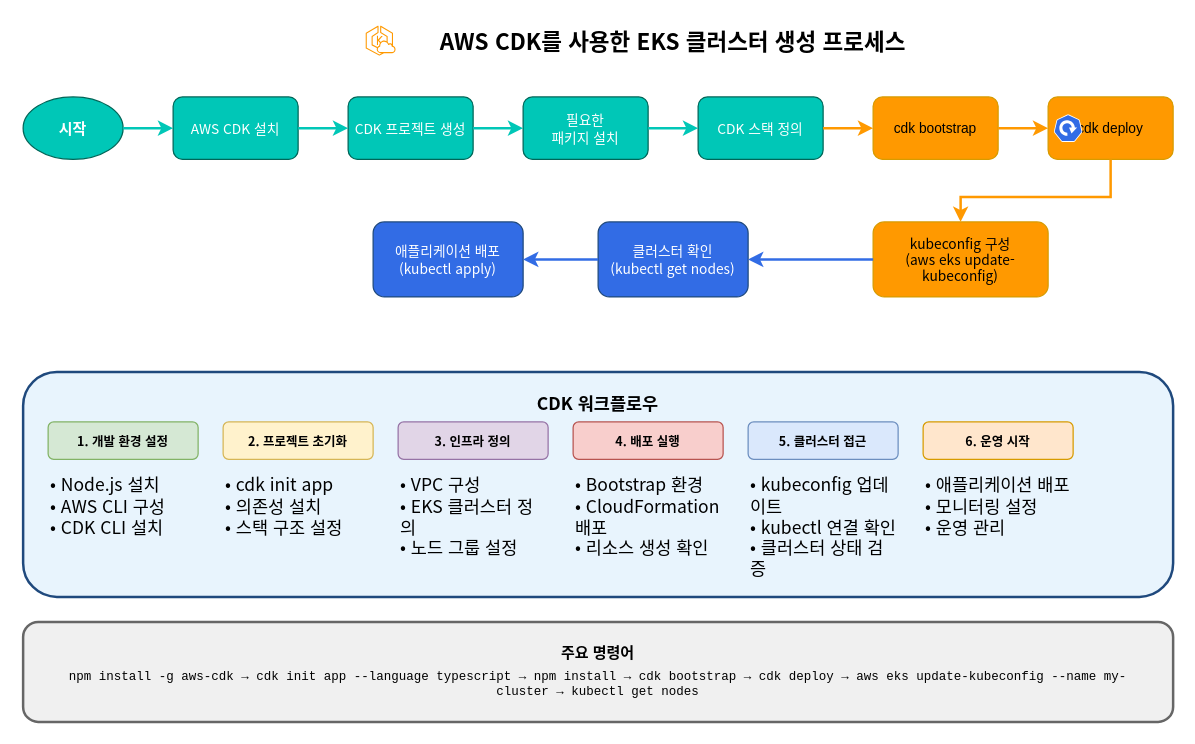
Before: ko/.gitbook/assets/cdk_eks_creation_process.drawio in Atom-oh/kubernetes-docs, a draw.io diagram. Source tidied: cells renumbered, new cells numbered last; positions are measured from the earlier drawing's top-left corner, leaving out a move shared by most shapes. Both pictures are drawn from the tidied source at 125%, with x=0, y=0 at pixel (22, 21).
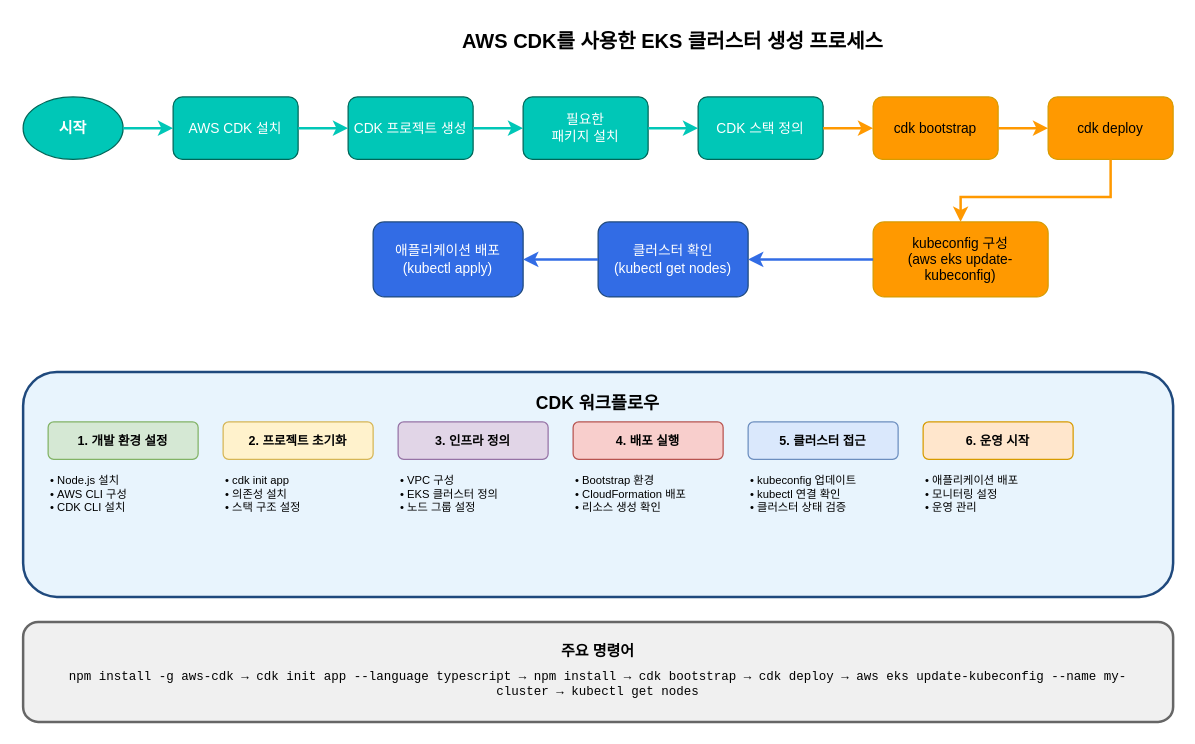
The same diagram, later.

What changed in the source:
```diff
@@
-    <mxCell id="2" value="AWS CDK를 사용한 EKS 클러스터 생성 프로세스" style="text;html=1;strokeColor=none;fillColor=none;align=center;verticalAlign=middle;whiteSpace=wrap;rounded=0;fontSize=18;fontStyle=1;fontFamily=Noto Sans CJK KR;" parent="1" vertex="1">
+    <mxCell id="2" value="AWS CDK를 사용한 EKS 클러스터 생성 프로세스" style="text;html=1;strokeColor=none;fillColor=none;align=center;verticalAlign=middle;whiteSpace=wrap;rounded=0;fontSize=16;fontStyle=1;" parent="1" vertex="1">
       <mxGeometry x="270" width="500" height="30" as="geometry" />
     </mxCell>
-    <mxCell id="3" value="시작" style="ellipse;whiteSpace=wrap;html=1;fillColor=#00C7B7;strokeColor=#006658;fontColor=white;fontSize=12;fontStyle=1;fontFamily=Noto Sans CJK KR;" parent="1" vertex="1">
+    <mxCell id="3" value="시작" style="ellipse;whiteSpace=wrap;html=1;fillColor=#00C7B7;strokeColor=#006658;fontColor=white;fontSize=12;fontStyle=1;" parent="1" vertex="1">
       <mxGeometry y="60" width="80" height="50" as="geometry" />
     </mxCell>
-    <mxCell id="4" value="AWS CDK 설치" style="rounded=1;whiteSpace=wrap;html=1;fillColor=#00C7B7;strokeColor=#006658;fontColor=white;fontSize=11;fontFamily=Noto Sans CJK KR;" parent="1" vertex="1">
+    <mxCell id="4" value="AWS CDK 설치" style="rounded=1;whiteSpace=wrap;html=1;fillColor=#00C7B7;strokeColor=#006658;fontColor=white;fontSize=11;" parent="1" vertex="1">
       <mxGeometry x="120" y="60" width="100" height="50" as="geometry" />
     </mxCell>
-    <mxCell id="5" value="CDK 프로젝트 생성" style="rounded=1;whiteSpace=wrap;html=1;fillColor=#00C7B7;strokeColor=#006658;fontColor=white;fontSize=11;fontFamily=Noto Sans CJK KR;" parent="1" vertex="1">
+    <mxCell id="5" value="CDK 프로젝트 생성" style="rounded=1;whiteSpace=wrap;html=1;fillColor=#00C7B7;strokeColor=#006658;fontColor=white;fontSize=11;" parent="1" vertex="1">
       <mxGeometry x="260" y="60" width="100" height="50" as="geometry" />
     </mxCell>
-    <mxCell id="6" value="필요한&#10;패키지 설치" style="rounded=1;whiteSpace=wrap;html=1;fillColor=#00C7B7;strokeColor=#006658;fontColor=white;fontSize=11;fontFamily=Noto Sans CJK KR;" parent="1" vertex="1">
+    <mxCell id="6" value="필요한&#10;패키지 설치" style="rounded=1;whiteSpace=wrap;html=1;fillColor=#00C7B7;strokeColor=#006658;fontColor=white;fontSize=11;" parent="1" vertex="1">
       <mxGeometry x="400" y="60" width="100" height="50" as="geometry" />
     </mxCell>
-    <mxCell id="7" value="CDK 스택 정의" style="rounded=1;whiteSpace=wrap;html=1;fillColor=#00C7B7;strokeColor=#006658;fontColor=white;fontSize=11;fontFamily=Noto Sans CJK KR;" parent="1" vertex="1">
+    <mxCell id="7" value="CDK 스택 정의" style="rounded=1;whiteSpace=wrap;html=1;fillColor=#00C7B7;strokeColor=#006658;fontColor=white;fontSize=11;" parent="1" vertex="1">
       <mxGeometry x="540" y="60" width="100" height="50" as="geometry" />
     </mxCell>
@@
-    <mxCell id="10" value="kubeconfig 구성&#10;(aws eks update-kubeconfig)" style="rounded=1;whiteSpace=wrap;html=1;fillColor=#FF9900;strokeColor=#D79B00;fontColor=black;fontSize=11;fontFamily=Noto Sans CJK KR;" parent="1" vertex="1">
+    <mxCell id="10" value="kubeconfig 구성&#10;(aws eks update-kubeconfig)" style="rounded=1;whiteSpace=wrap;html=1;fillColor=#FF9900;strokeColor=#D79B00;fontColor=black;fontSize=11;" parent="1" vertex="1">
       <mxGeometry x="680" y="160" width="140" height="60" as="geometry" />
     </mxCell>
-    <mxCell id="11" value="클러스터 확인&#10;(kubectl get nodes)" style="rounded=1;whiteSpace=wrap;html=1;fillColor=#326CE5;strokeColor=#1F497D;fontColor=white;fontSize=11;fontFamily=Noto Sans CJK KR;" parent="1" vertex="1">
+    <mxCell id="11" value="클러스터 확인&#10;(kubectl get nodes)" style="rounded=1;whiteSpace=wrap;html=1;fillColor=#326CE5;strokeColor=#1F497D;fontColor=white;fontSize=11;" parent="1" vertex="1">
       <mxGeometry x="460" y="160" width="120" height="60" as="geometry" />
     </mxCell>
-    <mxCell id="12" value="애플리케이션 배포&#10;(kubectl apply)" style="rounded=1;whiteSpace=wrap;html=1;fillColor=#326CE5;strokeColor=#1F497D;fontColor=white;fontSize=11;fontFamily=Noto Sans CJK KR;" parent="1" vertex="1">
+    <mxCell id="12" value="애플리케이션 배포&#10;(kubectl apply)" style="rounded=1;whiteSpace=wrap;html=1;fillColor=#326CE5;strokeColor=#1F497D;fontColor=white;fontSize=11;" parent="1" vertex="1">
       <mxGeometry x="280" y="160" width="120" height="60" as="geometry" />
     </mxCell>
-    <mxCell id="13" value="CDK 워크플로우" style="rounded=1;whiteSpace=wrap;html=1;fillColor=#E8F4FD;strokeColor=#1F497D;strokeWidth=2;fontSize=14;fontStyle=1;verticalAlign=top;spacingTop=10;fontFamily=Noto Sans CJK KR;" parent="1" vertex="1">
+    <mxCell id="13" value="CDK 워크플로우" style="rounded=1;whiteSpace=wrap;html=1;fillColor=#E8F4FD;strokeColor=#1F497D;strokeWidth=2;fontSize=14;fontStyle=1;verticalAlign=top;spacingTop=10;" parent="1" vertex="1">
       <mxGeometry y="280" width="920" height="180" as="geometry" />
     </mxCell>
-    <mxCell id="14" value="1. 개발 환경 설정" style="rounded=1;whiteSpace=wrap;html=1;fillColor=#D5E8D4;strokeColor=#82B366;fontSize=10;fontStyle=1;fontFamily=Noto Sans CJK KR;" parent="1" vertex="1">
+    <mxCell id="14" value="1. 개발 환경 설정" style="rounded=1;whiteSpace=wrap;html=1;fillColor=#D5E8D4;strokeColor=#82B366;fontSize=10;fontStyle=1;" parent="1" vertex="1">
       <mxGeometry x="20" y="320" width="120" height="30" as="geometry" />
     </mxCell>
-    <mxCell id="15" value="• Node.js 설치&#10;• AWS CLI 구성&#10;• CDK CLI 설치" style="text;html=1;strokeColor=none;fillColor=none;align=left;verticalAlign=top;whiteSpace=wrap;rounded=0;fontSize=14;strokeWidth=2;fontFamily=Noto Sans CJK KR;" parent="1" vertex="1">
+    <mxCell id="15" value="• Node.js 설치&#10;• AWS CLI 구성&#10;• CDK CLI 설치" style="text;html=1;strokeColor=none;fillColor=none;align=left;verticalAlign=top;whiteSpace=wrap;rounded=0;fontSize=9;" parent="1" vertex="1">
       <mxGeometry x="20" y="355" width="120" height="40" as="geometry" />
     </mxCell>
-    <mxCell id="16" value="2. 프로젝트 초기화" style="rounded=1;whiteSpace=wrap;html=1;fillColor=#FFF2CC;strokeColor=#D6B656;fontSize=10;fontStyle=1;fontFamily=Noto Sans CJK KR;" parent="1" vertex="1">
+    <mxCell id="16" value="2. 프로젝트 초기화" style="rounded=1;whiteSpace=wrap;html=1;fillColor=#FFF2CC;strokeColor=#D6B656;fontSize=10;fontStyle=1;" parent="1" vertex="1">
       <mxGeometry x="160" y="320" width="120" height="30" as="geometry" />
     </mxCell>
-    <mxCell id="17" value="• cdk init app&#10;• 의존성 설치&#10;• 스택 구조 설정" style="text;html=1;strokeColor=none;fillColor=none;align=left;verticalAlign=top;whiteSpace=wrap;rounded=0;fontSize=14;strokeWidth=2;fontFamily=Noto Sans CJK KR;" parent="1" vertex="1">
+    <mxCell id="17" value="• cdk init app&#10;• 의존성 설치&#10;• 스택 구조 설정" style="text;html=1;strokeColor=none;fillColor=none;align=left;verticalAlign=top;whiteSpace=wrap;rounded=0;fontSize=9;" parent="1" vertex="1">
       <mxGeometry x="160" y="355" width="120" height="40" as="geometry" />
     </mxCell>
-    <mxCell id="18" value="3. 인프라 정의" style="rounded=1;whiteSpace=wrap;html=1;fillColor=#E1D5E7;strokeColor=#9673A6;fontSize=10;fontStyle=1;fontFamily=Noto Sans CJK KR;" parent="1" vertex="1">
+    <mxCell id="18" value="3. 인프라 정의" style="rounded=1;whiteSpace=wrap;html=1;fillColor=#E1D5E7;strokeColor=#9673A6;fontSize=10;fontStyle=1;" parent="1" vertex="1">
       <mxGeometry x="300" y="320" width="120" height="30" as="geometry" />
     </mxCell>
-    <mxCell id="19" value="• VPC 구성&#10;• EKS 클러스터 정의&#10;• 노드 그룹 설정" style="text;html=1;strokeColor=none;fillColor=none;align=left;verticalAlign=top;whiteSpace=wrap;rounded=0;fontSize=14;strokeWidth=2;fontFamily=Noto Sans CJK KR;" parent="1" vertex="1">
+    <mxCell id="19" value="• VPC 구성&#10;• EKS 클러스터 정의&#10;• 노드 그룹 설정" style="text;html=1;strokeColor=none;fillColor=none;align=left;verticalAlign=top;whiteSpace=wrap;rounded=0;fontSize=9;" parent="1" vertex="1">
       <mxGeometry x="300" y="355" width="120" height="40" as="geometry" />
     </mxCell>
-    <mxCell id="20" value="4. 배포 실행" style="rounded=1;whiteSpace=wrap;html=1;fillColor=#F8CECC;strokeColor=#B85450;fontSize=10;fontStyle=1;fontFamily=Noto Sans CJK KR;" parent="1" vertex="1">
+    <mxCell id="20" value="4. 배포 실행" style="rounded=1;whiteSpace=wrap;html=1;fillColor=#F8CECC;strokeColor=#B85450;fontSize=10;fontStyle=1;" parent="1" vertex="1">
       <mxGeometry x="440" y="320" width="120" height="30" as="geometry" />
     </mxCell>
-    <mxCell id="21" value="• Bootstrap 환경&#10;• CloudFormation 배포&#10;• 리소스 생성 확인" style="text;html=1;strokeColor=none;fillColor=none;align=left;verticalAlign=top;whiteSpace=wrap;rounded=0;fontSize=14;strokeWidth=2;fontFamily=Noto Sans CJK KR;" parent="1" vertex="1">
+    <mxCell id="21" value="• Bootstrap 환경&#10;• CloudFormation 배포&#10;• 리소스 생성 확인" style="text;html=1;strokeColor=none;fillColor=none;align=left;verticalAlign=top;whiteSpace=wrap;rounded=0;fontSize=9;" parent="1" vertex="1">
       <mxGeometry x="440" y="355" width="120" height="40" as="geometry" />
     </mxCell>
-    <mxCell id="22" value="5. 클러스터 접근" style="rounded=1;whiteSpace=wrap;html=1;fillColor=#DAE8FC;strokeColor=#6C8EBF;fontSize=10;fontStyle=1;fontFamily=Noto Sans CJK KR;" parent="1" vertex="1">
+    <mxCell id="22" value="5. 클러스터 접근" style="rounded=1;whiteSpace=wrap;html=1;fillColor=#DAE8FC;strokeColor=#6C8EBF;fontSize=10;fontStyle=1;" parent="1" vertex="1">
       <mxGeometry x="580" y="320" width="120" height="30" as="geometry" />
     </mxCell>
-    <mxCell id="23" value="• kubeconfig 업데이트&#10;• kubectl 연결 확인&#10;• 클러스터 상태 검증" style="text;html=1;strokeColor=none;fillColor=none;align=left;verticalAlign=top;whiteSpace=wrap;rounded=0;fontSize=14;strokeWidth=2;fontFamily=Noto Sans CJK KR;" parent="1" vertex="1">
+    <mxCell id="23" value="• kubeconfig 업데이트&#10;• kubectl 연결 확인&#10;• 클러스터 상태 검증" style="text;html=1;strokeColor=none;fillColor=none;align=left;verticalAlign=top;whiteSpace=wrap;rounded=0;fontSize=9;" parent="1" vertex="1">
       <mxGeometry x="580" y="355" width="120" height="40" as="geometry" />
     </mxCell>
-    <mxCell id="24" value="6. 운영 시작" style="rounded=1;whiteSpace=wrap;html=1;fillColor=#FFE6CC;strokeColor=#D79B00;fontSize=10;fontStyle=1;fontFamily=Noto Sans CJK KR;" parent="1" vertex="1">
+    <mxCell id="24" value="6. 운영 시작" style="rounded=1;whiteSpace=wrap;html=1;fillColor=#FFE6CC;strokeColor=#D79B00;fontSize=10;fontStyle=1;" parent="1" vertex="1">
       <mxGeometry x="720" y="320" width="120" height="30" as="geometry" />
     </mxCell>
-    <mxCell id="25" value="• 애플리케이션 배포&#10;• 모니터링 설정&#10;• 운영 관리" style="text;html=1;strokeColor=none;fillColor=none;align=left;verticalAlign=top;whiteSpace=wrap;rounded=0;fontSize=14;strokeWidth=2;fontFamily=Noto Sans CJK KR;" parent="1" vertex="1">
+    <mxCell id="25" value="• 애플리케이션 배포&#10;• 모니터링 설정&#10;• 운영 관리" style="text;html=1;strokeColor=none;fillColor=none;align=left;verticalAlign=top;whiteSpace=wrap;rounded=0;fontSize=9;" parent="1" vertex="1">
       <mxGeometry x="720" y="355" width="120" height="40" as="geometry" />
     </mxCell>
-    <mxCell id="26" value="주요 명령어" style="rounded=1;whiteSpace=wrap;html=1;fillColor=#F0F0F0;strokeColor=#666666;strokeWidth=2;fontSize=12;fontStyle=1;verticalAlign=top;spacingTop=10;fontFamily=Noto Sans CJK KR;" parent="1" vertex="1">
+    <mxCell id="26" value="주요 명령어" style="rounded=1;whiteSpace=wrap;html=1;fillColor=#F0F0F0;strokeColor=#666666;strokeWidth=2;fontSize=12;fontStyle=1;verticalAlign=top;spacingTop=10;" parent="1" vertex="1">
       <mxGeometry y="480" width="920" height="80" as="geometry" />
     </mxCell>
@@
-    <mxCell id="37" style="sketch=0;fontColor=#232F3E;gradientColor=none;fillColor=#FF9900;strokeColor=none;dashed=0;verticalLabelPosition=middle;verticalAlign=middle;align=left;html=1;fontSize=0;fontStyle=0;shape=mxgraph.aws4.eks_cloud;" parent="1" vertex="1">
-      <mxGeometry x="274" y="3" width="24" height="24" as="geometry" />
-    </mxCell>
-    <mxCell id="38" style="sketch=0;fontColor=#232F3E;gradientColor=none;fillColor=#326CE5;strokeColor=none;dashed=0;verticalLabelPosition=middle;verticalAlign=middle;align=left;html=1;fontSize=0;fontStyle=0;shape=mxgraph.kubernetes.icon;prIcon=deploy;" parent="1" vertex="1">
-      <mxGeometry x="824" y="74" width="24" height="22" as="geometry" />
-    </mxCell>
```
